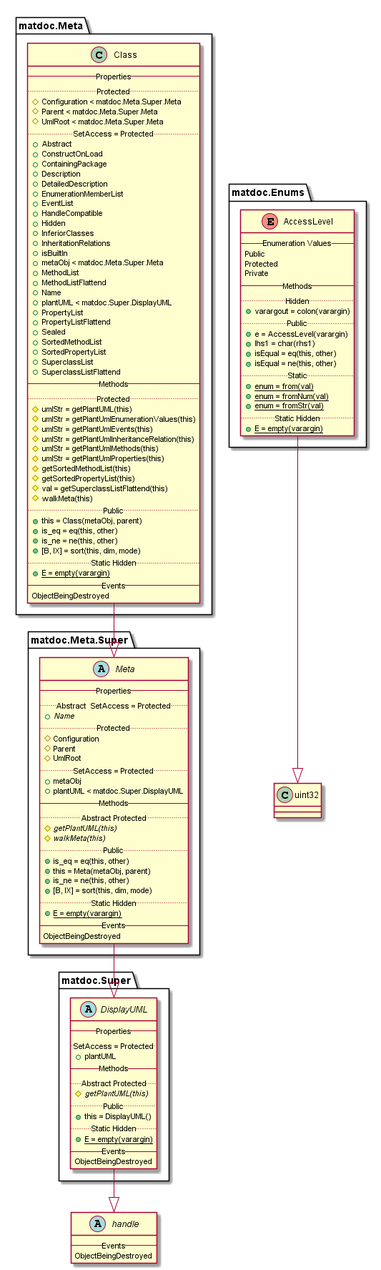
This is doc/uml-examples/export-class-MethodInheritanceHint-false.png from flxdot/matdoc, a PlantUML export, as it was before one commit.
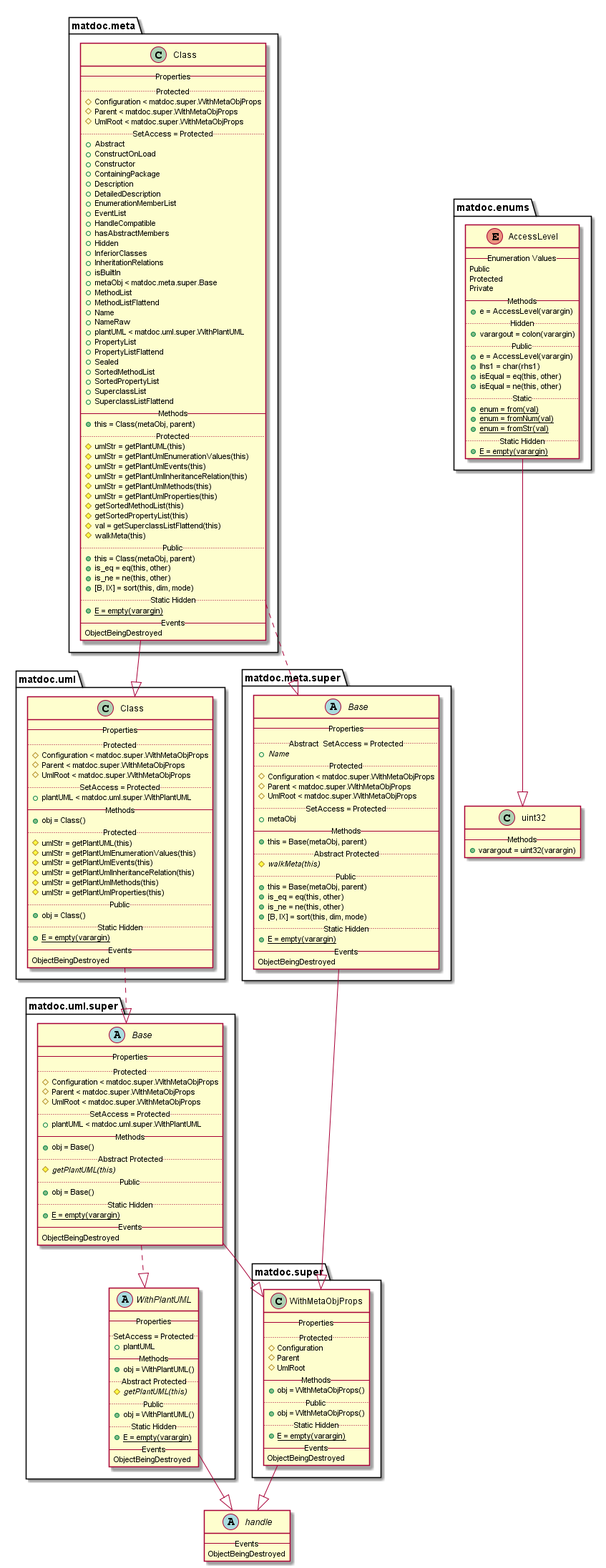
After the commit.

The edit, as a diff of the source:
```diff
@@ -6,12 +6,13 @@
 }
 
 
-enum matdoc.Enums.AccessLevel {
+enum matdoc.enums.AccessLevel {
    -- Enumeration Values --
    Public
    Protected
    Private
    -- Methods --
+   {method} + e = AccessLevel(varargin)
    .. Hidden ..
    {method} + varargout = colon(varargin)
    .. Public ..
@@ -27,32 +28,35 @@
    {method}{static} + E = empty(varargin)
 }
 
-matdoc.Enums.AccessLevel --|> uint32
+matdoc.enums.AccessLevel --|> uint32
 
-class matdoc.Meta.Class {
+class matdoc.meta.Class {
    -- Properties --
    .. Protected ..
-   {field} # Configuration < matdoc.Meta.Super.Meta
-   {field} # Parent < matdoc.Meta.Super.Meta
-   {field} # UmlRoot < matdoc.Meta.Super.Meta
+   {field} # Configuration < matdoc.super.WithMetaObjProps
+   {field} # Parent < matdoc.super.WithMetaObjProps
+   {field} # UmlRoot < matdoc.super.WithMetaObjProps
    .. SetAccess = Protected ..
    {field} + Abstract
    {field} + ConstructOnLoad
+   {field} + Constructor
    {field} + ContainingPackage
    {field} + Description
    {field} + DetailedDescription
    {field} + EnumerationMemberList
    {field} + EventList
    {field} + HandleCompatible
+   {field} + hasAbstractMembers
    {field} + Hidden
    {field} + InferiorClasses
    {field} + InheritationRelations
    {field} + isBuiltIn
-   {field} + metaObj < matdoc.Meta.Super.Meta
+   {field} + metaObj < matdoc.meta.super.Base
    {field} + MethodList
    {field} + MethodListFlattend
    {field} + Name
-   {field} + plantUML < matdoc.Super.DisplayUML
+   {field} + NameRaw
+   {field} + plantUML < matdoc.uml.super.WithPlantUML
    {field} + PropertyList
    {field} + PropertyListFlattend
    {field} + Sealed
@@ -61,6 +65,7 @@
    {field} + SuperclassList
    {field} + SuperclassListFlattend
    -- Methods --
+   {method} + this = Class(metaObj, parent)
    .. Protected ..
    {method} # umlStr = getPlantUML(this)
    {method} # umlStr = getPlantUmlEnumerationValues(this)
@@ -83,26 +88,26 @@
    ObjectBeingDestroyed
 }
 
-matdoc.Meta.Class --|> matdoc.Meta.Super.Meta
+matdoc.meta.Class ..|> matdoc.meta.super.Base
+matdoc.meta.Class --|> matdoc.uml.Class
 
-abstract class matdoc.Meta.Super.Meta {
+abstract class matdoc.meta.super.Base {
    -- Properties --
    .. Abstract  SetAccess = Protected ..
    {field}{abstract} + Name
    .. Protected ..
-   {field} # Configuration
-   {field} # Parent
-   {field} # UmlRoot
+   {field} # Configuration < matdoc.super.WithMetaObjProps
+   {field} # Parent < matdoc.super.WithMetaObjProps
+   {field} # UmlRoot < matdoc.super.WithMetaObjProps
    .. SetAccess = Protected ..
    {field} + metaObj
-   {field} + plantUML < matdoc.Super.DisplayUML
    -- Methods --
+   {method} + this = Base(metaObj, parent)
    .. Abstract Protected ..
-   {method}{abstract} # getPlantUML(this)
    {method}{abstract} # walkMeta(this)
    .. Public ..
+   {method} + this = Base(metaObj, parent)
    {method} + is_eq = eq(this, other)
-   {method} + this = Meta(metaObj, parent)
    {method} + is_ne = ne(this, other)
    {method} + [B, IX] = sort(this, dim, mode)
    .. Static Hidden ..
@@ -111,26 +116,97 @@
    ObjectBeingDestroyed
 }
 
-matdoc.Meta.Super.Meta --|> matdoc.Super.DisplayUML
+matdoc.meta.super.Base --|> matdoc.super.WithMetaObjProps
 
-abstract class matdoc.Super.DisplayUML {
+class matdoc.super.WithMetaObjProps {
    -- Properties --
-   .. SetAccess = Protected ..
-   {field} + plantUML
+   .. Protected ..
+   {field} # Configuration
+   {field} # Parent
+   {field} # UmlRoot
    -- Methods --
-   .. Abstract Protected ..
-   {method}{abstract} # getPlantUML(this)
+   {method} + obj = WithMetaObjProps()
    .. Public ..
-   {method} + this = DisplayUML()
+   {method} + obj = WithMetaObjProps()
    .. Static Hidden ..
    {method}{static} + E = empty(varargin)
    -- Events --
    ObjectBeingDestroyed
 }
 
-matdoc.Super.DisplayUML --|> handle
+matdoc.super.WithMetaObjProps --|> handle
+
+class matdoc.uml.Class {
+   -- Properties --
+   .. Protected ..
+   {field} # Configuration < matdoc.super.WithMetaObjProps
+   {field} # Parent < matdoc.super.WithMetaObjProps
+   {field} # UmlRoot < matdoc.super.WithMetaObjProps
+   .. SetAccess = Protected ..
+   {field} + plantUML < matdoc.uml.super.WithPlantUML
+   -- Methods --
+   {method} + obj = Class()
+   .. Protected ..
+   {method} # umlStr = getPlantUML(this)
+   {method} # umlStr = getPlantUmlEnumerationValues(this)
+   {method} # umlStr = getPlantUmlEvents(this)
+   {method} # umlStr = getPlantUmlInheritanceRelation(this)
+   {method} # umlStr = getPlantUmlMethods(this)
+   {method} # umlStr = getPlantUmlProperties(this)
+   .. Public ..
+   {method} + obj = Class()
+   .. Static Hidden ..
+   {method}{static} + E = empty(varargin)
+   -- Events --
+   ObjectBeingDestroyed
+}
+
+matdoc.uml.Class ..|> matdoc.uml.super.Base
+
+abstract class matdoc.uml.super.Base {
+   -- Properties --
+   .. Protected ..
+   {field} # Configuration < matdoc.super.WithMetaObjProps
+   {field} # Parent < matdoc.super.WithMetaObjProps
+   {field} # UmlRoot < matdoc.super.WithMetaObjProps
+   .. SetAccess = Protected ..
+   {field} + plantUML < matdoc.uml.super.WithPlantUML
+   -- Methods --
+   {method} + obj = Base()
+   .. Abstract Protected ..
+   {method}{abstract} # getPlantUML(this)
+   .. Public ..
+   {method} + obj = Base()
+   .. Static Hidden ..
+   {method}{static} + E = empty(varargin)
+   -- Events --
+   ObjectBeingDestroyed
+}
+
+matdoc.uml.super.Base --|> matdoc.super.WithMetaObjProps
+matdoc.uml.super.Base ..|> matdoc.uml.super.WithPlantUML
+
+abstract class matdoc.uml.super.WithPlantUML {
+   -- Properties --
+   .. SetAccess = Protected ..
+   {field} + plantUML
+   -- Methods --
+   {method} + obj = WithPlantUML()
+   .. Abstract Protected ..
+   {method}{abstract} # getPlantUML(this)
+   .. Public ..
+   {method} + obj = WithPlantUML()
+   .. Static Hidden ..
+   {method}{static} + E = empty(varargin)
+   -- Events --
+   ObjectBeingDestroyed
+}
+
+matdoc.uml.super.WithPlantUML --|> handle
 
 class uint32 {
+   -- Methods --
+   {method} + varargout = uint32(varargin)
 }
 
 
```
